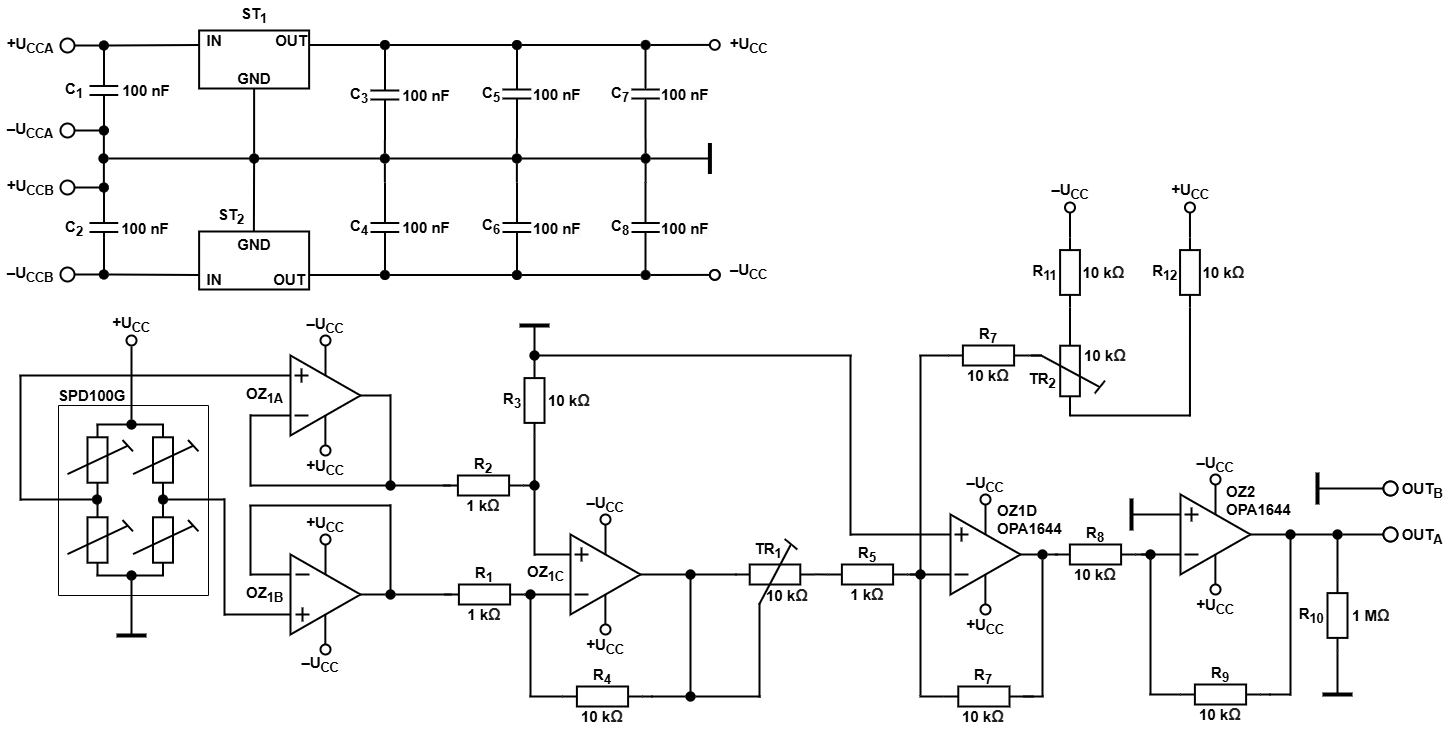
MarosFandel/Digital-elektronics-1 keeps this draw.io diagram as spd100g.drawio.png. Above is the earlier version. Source tidied: cells renumbered, new cells last; positions are measured from the earlier drawing's top-left corner, leaving out a move shared by most shapes.
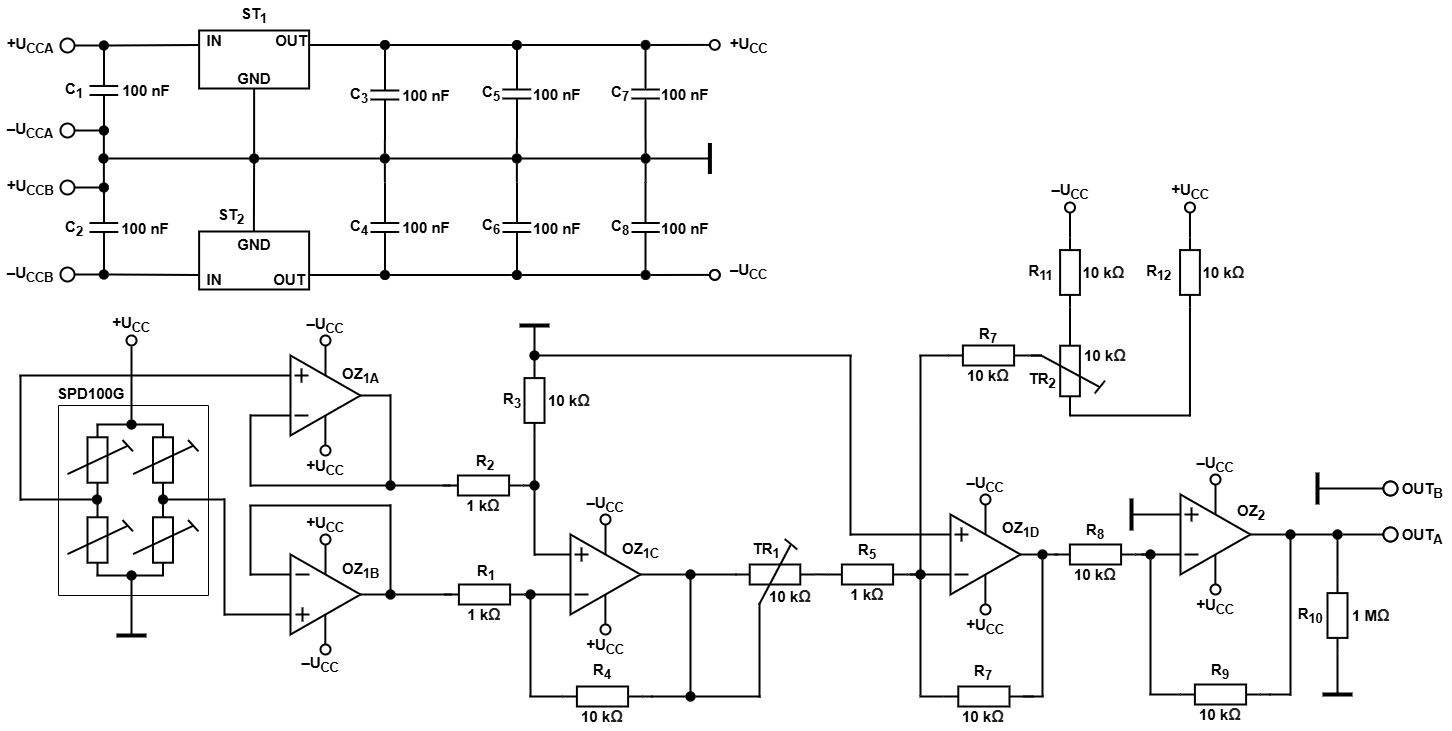
The same diagram one commit later.

Diff of the diagram source:
```diff
@@ -360,2 +360,5 @@
     </mxCell>
+    <mxCell id="350" value="&lt;b&gt;&lt;font style=&quot;font-size: 15px;&quot;&gt;OZ&lt;sub&gt;1B&lt;/sub&gt;&lt;/font&gt;&lt;/b&gt;" style="text;html=1;align=left;verticalAlign=middle;whiteSpace=wrap;rounded=0;" parent="90" vertex="1">
+      <mxGeometry x="50" y="51" width="60" height="30" as="geometry" />
+    </mxCell>
     <mxCell id="103" style="group;" parent="1" vertex="1">
@@ -536,3 +539,3 @@
     <mxCell id="138" value="&lt;span style=&quot;font-size: 15px;&quot;&gt;&lt;b&gt;SPD100G&lt;/b&gt;&lt;/span&gt;" style="text;html=1;align=left;verticalAlign=middle;whiteSpace=wrap;rounded=0;" parent="1" vertex="1">
-      <mxGeometry x="56" y="380" width="60" height="30" as="geometry" />
+      <mxGeometry x="55" y="378" width="60" height="30" as="geometry" />
     </mxCell>
@@ -552,5 +555,2 @@
     </mxCell>
-    <mxCell id="143" value="&lt;b&gt;&lt;font style=&quot;font-size: 15px;&quot;&gt;R&lt;sub&gt;2&lt;/sub&gt;&lt;/font&gt;&lt;/b&gt;" style="text;html=1;align=center;verticalAlign=middle;whiteSpace=wrap;rounded=0;" parent="142" vertex="1">
-      <mxGeometry width="60" height="30" as="geometry" />
-    </mxCell>
     <mxCell id="144" value="&lt;div style=&quot;text-align: start;&quot;&gt;&lt;b&gt;&lt;font style=&quot;color: light-dark(rgb(0, 0, 0), rgb(255, 255, 255)); background-color: transparent; font-size: 15px;&quot;&gt;1 k&lt;/font&gt;&lt;span style=&quot;background-color: rgb(255, 255, 255); color: rgb(32, 33, 34); font-family: sans-serif; font-size: 16px;&quot;&gt;Ω&lt;/span&gt;&lt;/b&gt;&lt;/div&gt;" style="text;html=1;align=center;verticalAlign=middle;whiteSpace=wrap;rounded=0;" parent="142" vertex="1">
@@ -572,5 +572,2 @@
     </mxCell>
-    <mxCell id="149" value="&lt;b&gt;&lt;font style=&quot;font-size: 15px;&quot;&gt;R&lt;sub&gt;1&lt;/sub&gt;&lt;/font&gt;&lt;/b&gt;" style="text;html=1;align=center;verticalAlign=middle;whiteSpace=wrap;rounded=0;" parent="148" vertex="1">
-      <mxGeometry width="60" height="30" as="geometry" />
-    </mxCell>
     <mxCell id="150" value="&lt;b style=&quot;text-align: start;&quot;&gt;&lt;font style=&quot;color: light-dark(rgb(0, 0, 0), rgb(255, 255, 255)); background-color: transparent; font-size: 15px;&quot;&gt;1 k&lt;/font&gt;&lt;span style=&quot;background-color: rgb(255, 255, 255); color: rgb(32, 33, 34); font-family: sans-serif; font-size: 16px;&quot;&gt;Ω&lt;/span&gt;&lt;/b&gt;" style="text;html=1;align=center;verticalAlign=middle;whiteSpace=wrap;rounded=0;" parent="148" vertex="1">
@@ -622,2 +619,5 @@
     </mxCell>
+    <mxCell id="351" value="&lt;b&gt;&lt;font style=&quot;font-size: 15px;&quot;&gt;OZ&lt;sub&gt;1C&lt;/sub&gt;&lt;/font&gt;&lt;/b&gt;" style="text;html=1;align=left;verticalAlign=middle;whiteSpace=wrap;rounded=0;" parent="152" vertex="1">
+      <mxGeometry x="50" y="1" width="60" height="30" as="geometry" />
+    </mxCell>
     <mxCell id="159" style="endArrow=none;html=1;rounded=0;entryX=0.5;entryY=0;entryDx=0;entryDy=0;strokeWidth=2;" parent="151" edge="1" target="153">
@@ -712,5 +712,2 @@
     </mxCell>
-    <mxCell id="182" value="&lt;b&gt;&lt;font style=&quot;font-size: 15px;&quot;&gt;R&lt;sub&gt;4&lt;/sub&gt;&lt;/font&gt;&lt;/b&gt;" style="text;html=1;align=center;verticalAlign=middle;whiteSpace=wrap;rounded=0;" parent="181" vertex="1">
-      <mxGeometry width="60" height="30" as="geometry" />
-    </mxCell>
     <mxCell id="183" value="&lt;b style=&quot;text-align: start;&quot;&gt;&lt;font style=&quot;color: light-dark(rgb(0, 0, 0), rgb(255, 255, 255)); background-color: transparent; font-size: 15px;&quot;&gt;10 k&lt;/font&gt;&lt;span style=&quot;background-color: rgb(255, 255, 255); color: rgb(32, 33, 34); font-family: sans-serif; font-size: 16px;&quot;&gt;Ω&lt;/span&gt;&lt;/b&gt;" style="text;html=1;align=center;verticalAlign=middle;whiteSpace=wrap;rounded=0;" parent="181" vertex="1">
@@ -776,3 +773,3 @@
     <mxCell id="197" value="&lt;b&gt;&lt;font style=&quot;font-size: 15px;&quot;&gt;R&lt;sub&gt;5&lt;/sub&gt;&lt;/font&gt;&lt;/b&gt;" style="text;html=1;align=center;verticalAlign=middle;whiteSpace=wrap;rounded=0;" parent="196" vertex="1">
-      <mxGeometry width="60" height="30" as="geometry" />
+      <mxGeometry y="-3" width="60" height="30" as="geometry" />
     </mxCell>
@@ -782,6 +779,6 @@
     <mxCell id="199" value="&lt;b&gt;&lt;font style=&quot;font-size: 15px;&quot;&gt;TR&lt;sub&gt;1&lt;/sub&gt;&lt;/font&gt;&lt;/b&gt;" style="text;html=1;align=center;verticalAlign=middle;whiteSpace=wrap;rounded=0;" parent="1" vertex="1">
-      <mxGeometry x="738" y="535" width="60" height="30" as="geometry" />
+      <mxGeometry x="736" y="535" width="60" height="30" as="geometry" />
     </mxCell>
     <mxCell id="200" value="&lt;b style=&quot;text-align: start;&quot;&gt;&lt;font style=&quot;color: light-dark(rgb(0, 0, 0), rgb(255, 255, 255)); background-color: transparent; font-size: 15px;&quot;&gt;10 k&lt;/font&gt;&lt;span style=&quot;background-color: rgb(255, 255, 255); color: rgb(32, 33, 34); font-family: sans-serif; font-size: 16px;&quot;&gt;Ω&lt;/span&gt;&lt;/b&gt;" style="text;html=1;align=center;verticalAlign=middle;whiteSpace=wrap;rounded=0;" parent="1" vertex="1">
-      <mxGeometry x="757" y="580.2" width="60" height="30" as="geometry" />
+      <mxGeometry x="760" y="581" width="60" height="30" as="geometry" />
     </mxCell>
@@ -791,6 +788,6 @@
     <mxCell id="202" style="group;" parent="1" vertex="1">
-      <mxGeometry x="950" y="464" width="70" height="180" as="geometry" />
+      <mxGeometry x="950" y="464" width="110" height="180" as="geometry" />
     </mxCell>
     <mxCell id="203" style="group;" parent="202" vertex="1">
-      <mxGeometry y="50" width="70" height="80" as="geometry" />
+      <mxGeometry y="50" width="110" height="80" as="geometry" />
     </mxCell>
@@ -834,2 +831,5 @@
     </mxCell>
+    <mxCell id="344" value="&lt;b&gt;&lt;font style=&quot;font-size: 15px;&quot;&gt;OZ&lt;sub&gt;1D&lt;/sub&gt;&lt;/font&gt;&lt;/b&gt;" style="text;html=1;align=left;verticalAlign=middle;whiteSpace=wrap;rounded=0;" parent="203" vertex="1">
+      <mxGeometry x="50" width="60" height="30" as="geometry" />
+    </mxCell>
     <mxCell id="210" style="endArrow=none;html=1;rounded=0;entryX=0.5;entryY=0;entryDx=0;entryDy=0;strokeWidth=2;" parent="202" edge="1" target="204">
@@ -941,5 +941,2 @@
     </mxCell>
-    <mxCell id="237" value="&lt;b&gt;&lt;font style=&quot;font-size: 15px;&quot;&gt;R&lt;sub&gt;8&lt;/sub&gt;&lt;/font&gt;&lt;/b&gt;" style="text;html=1;align=center;verticalAlign=middle;whiteSpace=wrap;rounded=0;" parent="236" vertex="1">
-      <mxGeometry width="60" height="30" as="geometry" />
-    </mxCell>
     <mxCell id="238" value="&lt;b style=&quot;text-align: start;&quot;&gt;&lt;font style=&quot;color: light-dark(rgb(0, 0, 0), rgb(255, 255, 255)); background-color: transparent; font-size: 15px;&quot;&gt;10 k&lt;/font&gt;&lt;span style=&quot;background-color: rgb(255, 255, 255); color: rgb(32, 33, 34); font-family: sans-serif; font-size: 16px;&quot;&gt;Ω&lt;/span&gt;&lt;/b&gt;" style="text;html=1;align=center;verticalAlign=middle;whiteSpace=wrap;rounded=0;" parent="236" vertex="1">
@@ -1033,5 +1030,2 @@
     </mxCell>
-    <mxCell id="258" value="&lt;b&gt;&lt;font style=&quot;font-size: 15px;&quot;&gt;R&lt;sub&gt;7&lt;/sub&gt;&lt;/font&gt;&lt;/b&gt;" style="text;html=1;align=center;verticalAlign=middle;whiteSpace=wrap;rounded=0;" parent="257" vertex="1">
-      <mxGeometry width="60" height="30" as="geometry" />
-    </mxCell>
     <mxCell id="259" value="&lt;b style=&quot;text-align: start;&quot;&gt;&lt;font style=&quot;color: light-dark(rgb(0, 0, 0), rgb(255, 255, 255)); background-color: transparent; font-size: 15px;&quot;&gt;10 k&lt;/font&gt;&lt;span style=&quot;background-color: rgb(255, 255, 255); color: rgb(32, 33, 34); font-family: sans-serif; font-size: 16px;&quot;&gt;Ω&lt;/span&gt;&lt;/b&gt;" style="text;html=1;align=center;verticalAlign=middle;whiteSpace=wrap;rounded=0;" parent="257" vertex="1">
@@ -1077,5 +1071,2 @@
     </mxCell>
-    <mxCell id="269" value="&lt;b&gt;&lt;font style=&quot;font-size: 15px;&quot;&gt;R&lt;sub&gt;9&lt;/sub&gt;&lt;/font&gt;&lt;/b&gt;" style="text;html=1;align=center;verticalAlign=middle;whiteSpace=wrap;rounded=0;" parent="268" vertex="1">
-      <mxGeometry width="60" height="30" as="geometry" />
-    </mxCell>
     <mxCell id="270" value="&lt;b style=&quot;text-align: start;&quot;&gt;&lt;font style=&quot;color: light-dark(rgb(0, 0, 0), rgb(255, 255, 255)); background-color: transparent; font-size: 15px;&quot;&gt;10 k&lt;/font&gt;&lt;span style=&quot;background-color: rgb(255, 255, 255); color: rgb(32, 33, 34); font-family: sans-serif; font-size: 16px;&quot;&gt;Ω&lt;/span&gt;&lt;/b&gt;" style="text;html=1;align=center;verticalAlign=middle;whiteSpace=wrap;rounded=0;" parent="268" vertex="1">
@@ -1123,3 +1114,3 @@
     <mxCell id="280" value="&lt;b&gt;&lt;font style=&quot;font-size: 15px;&quot;&gt;R&lt;sub&gt;10&lt;/sub&gt;&lt;/font&gt;&lt;/b&gt;" style="text;html=1;align=center;verticalAlign=middle;whiteSpace=wrap;rounded=0;" parent="278" vertex="1">
-      <mxGeometry x="-4" y="20" width="60" height="30" as="geometry" />
+      <mxGeometry x="-5" y="20" width="60" height="30" as="geometry" />
     </mxCell>
@@ -1191,3 +1182,3 @@
     <mxCell id="298" style="group;" parent="1" vertex="1">
-      <mxGeometry x="1015" y="237" width="227.9" height="70" as="geometry" />
+      <mxGeometry x="1015" y="237" width="238.9" height="70" as="geometry" />
     </mxCell>
@@ -1197,3 +1188,3 @@
     <mxCell id="300" value="&lt;b&gt;&lt;font style=&quot;font-size: 15px;&quot;&gt;R&lt;sub&gt;11&lt;/sub&gt;&lt;/font&gt;&lt;/b&gt;" style="text;html=1;align=center;verticalAlign=middle;whiteSpace=wrap;rounded=0;" parent="298" vertex="1">
-      <mxGeometry y="20" width="59.5" height="30" as="geometry" />
+      <mxGeometry x="-4" y="20" width="59.5" height="30" as="geometry" />
     </mxCell>
@@ -1202,27 +1193,24 @@
     </mxCell>
-    <mxCell id="302" style="group;" parent="298" vertex="1">
-      <mxGeometry x="89.5" width="138.4" height="70" as="geometry" />
-    </mxCell>
-    <mxCell id="303" value="&lt;b&gt;&lt;font style=&quot;font-size: 15px;&quot;&gt;R&lt;sub&gt;12&lt;/sub&gt;&lt;/font&gt;&lt;/b&gt;" style="text;html=1;align=center;verticalAlign=middle;whiteSpace=wrap;rounded=0;" parent="302" vertex="1">
-      <mxGeometry x="30.5" y="20" width="59.5" height="30" as="geometry" />
+    <mxCell id="303" value="&lt;b&gt;&lt;font style=&quot;font-size: 15px;&quot;&gt;R&lt;sub&gt;12&lt;/sub&gt;&lt;/font&gt;&lt;/b&gt;" style="text;html=1;align=center;verticalAlign=middle;whiteSpace=wrap;rounded=0;" parent="298" vertex="1">
+      <mxGeometry x="114" y="20" width="59.5" height="30" as="geometry" />
     </mxCell>
-    <mxCell id="304" style="verticalLabelPosition=bottom;shadow=0;dashed=0;align=center;html=1;verticalAlign=top;shape=mxgraph.electrical.resistors.resistor_1;direction=south;strokeWidth=2;" parent="302" vertex="1">
-      <mxGeometry x="75.1" width="19.8" height="70" as="geometry" />
+    <mxCell id="304" style="verticalLabelPosition=bottom;shadow=0;dashed=0;align=center;html=1;verticalAlign=top;shape=mxgraph.electrical.resistors.resistor_1;direction=south;strokeWidth=2;" parent="298" vertex="1">
+      <mxGeometry x="164.6" width="19.8" height="70" as="geometry" />
     </mxCell>
-    <mxCell id="305" value="&lt;b style=&quot;text-align: start;&quot;&gt;&lt;font style=&quot;color: light-dark(rgb(0, 0, 0), rgb(255, 255, 255)); background-color: transparent; font-size: 15px;&quot;&gt;10 k&lt;/font&gt;&lt;span style=&quot;background-color: rgb(255, 255, 255); color: rgb(32, 33, 34); font-family: sans-serif; font-size: 16px;&quot;&gt;Ω&lt;/span&gt;&lt;/b&gt;" style="text;html=1;align=center;verticalAlign=middle;whiteSpace=wrap;rounded=0;" parent="302" vertex="1">
-      <mxGeometry x="90" y="20" width="59.5" height="30" as="geometry" />
+    <mxCell id="305" value="&lt;b style=&quot;text-align: start;&quot;&gt;&lt;font style=&quot;color: light-dark(rgb(0, 0, 0), rgb(255, 255, 255)); background-color: transparent; font-size: 15px;&quot;&gt;10 k&lt;/font&gt;&lt;span style=&quot;background-color: rgb(255, 255, 255); color: rgb(32, 33, 34); font-family: sans-serif; font-size: 16px;&quot;&gt;Ω&lt;/span&gt;&lt;/b&gt;" style="text;html=1;align=center;verticalAlign=middle;whiteSpace=wrap;rounded=0;" parent="298" vertex="1">
+      <mxGeometry x="179.5" y="20" width="59.5" height="30" as="geometry" />
     </mxCell>
-    <mxCell id="306" style="endArrow=none;html=1;rounded=0;entryX=1;entryY=0.5;entryDx=0;entryDy=0;entryPerimeter=0;strokeWidth=2;" parent="302" edge="1" target="304">
+    <mxCell id="306" style="endArrow=none;html=1;rounded=0;entryX=1;entryY=0.5;entryDx=0;entryDy=0;entryPerimeter=0;strokeWidth=2;" parent="298" edge="1" target="304">
       <mxGeometry relative="1" as="geometry">
-        <mxPoint x="85" y="179" as="sourcePoint" />
+        <mxPoint x="174.5" y="179" as="sourcePoint" />
       </mxGeometry>
     </mxCell>
-    <mxCell id="307" style="ellipse;whiteSpace=wrap;html=1;strokeWidth=2;" parent="302" vertex="1">
-      <mxGeometry x="80" y="-35" width="10" height="10" as="geometry" />
+    <mxCell id="307" style="ellipse;whiteSpace=wrap;html=1;strokeWidth=2;" parent="298" vertex="1">
+      <mxGeometry x="169.5" y="-35" width="10" height="10" as="geometry" />
     </mxCell>
-    <mxCell id="308" style="endArrow=none;html=1;rounded=0;exitX=0;exitY=0.5;exitDx=0;exitDy=0;exitPerimeter=0;entryX=0.5;entryY=1;entryDx=0;entryDy=0;strokeWidth=2;" parent="302" edge="1" source="304" target="307">
+    <mxCell id="308" style="endArrow=none;html=1;rounded=0;exitX=0;exitY=0.5;exitDx=0;exitDy=0;exitPerimeter=0;entryX=0.5;entryY=1;entryDx=0;entryDy=0;strokeWidth=2;" parent="298" edge="1" source="304" target="307">
       <mxGeometry relative="1" as="geometry" />
     </mxCell>
-    <mxCell id="309" value="&lt;font style=&quot;font-size: 15px;&quot;&gt;&lt;b&gt;+U&lt;sub style=&quot;&quot;&gt;CC&lt;/sub&gt;&lt;/b&gt;&lt;/font&gt;" style="text;html=1;align=center;verticalAlign=middle;whiteSpace=wrap;rounded=0;" parent="302" vertex="1">
-      <mxGeometry x="56" y="-66" width="60" height="40" as="geometry" />
+    <mxCell id="309" value="&lt;font style=&quot;font-size: 15px;&quot;&gt;&lt;b&gt;+U&lt;sub style=&quot;&quot;&gt;CC&lt;/sub&gt;&lt;/b&gt;&lt;/font&gt;" style="text;html=1;align=center;verticalAlign=middle;whiteSpace=wrap;rounded=0;" parent="298" vertex="1">
+      <mxGeometry x="145.5" y="-66" width="60" height="40" as="geometry" />
     </mxCell>
@@ -1235,3 +1223,3 @@
     <mxCell id="311" value="&lt;b&gt;&lt;font style=&quot;font-size: 15px;&quot;&gt;OZ&lt;sub&gt;1A&lt;/sub&gt;&lt;/font&gt;&lt;/b&gt;" style="text;html=1;align=left;verticalAlign=middle;whiteSpace=wrap;rounded=0;" parent="1" vertex="1">
-      <mxGeometry x="244" y="380" width="60" height="30" as="geometry" />
+      <mxGeometry x="340" y="360" width="60" height="30" as="geometry" />
     </mxCell>
@@ -1345,7 +1333,4 @@
     </mxCell>
-    <mxCell id="344" value="&lt;b&gt;&lt;font style=&quot;font-size: 15px;&quot;&gt;OZ1D&lt;/font&gt;&lt;/b&gt;&lt;div&gt;&lt;b&gt;&lt;font style=&quot;font-size: 15px;&quot;&gt;OPA1644&lt;/font&gt;&lt;/b&gt;&lt;/div&gt;" style="text;html=1;align=left;verticalAlign=middle;whiteSpace=wrap;rounded=0;" parent="1" vertex="1">
-      <mxGeometry x="995" y="504" width="60" height="30" as="geometry" />
-    </mxCell>
-    <mxCell id="345" value="&lt;b&gt;&lt;font style=&quot;font-size: 15px;&quot;&gt;OZ2&lt;/font&gt;&lt;/b&gt;&lt;div&gt;&lt;b&gt;&lt;font style=&quot;font-size: 15px;&quot;&gt;OPA1644&lt;/font&gt;&lt;/b&gt;&lt;/div&gt;" style="text;html=1;align=left;verticalAlign=middle;whiteSpace=wrap;rounded=0;" parent="1" vertex="1">
-      <mxGeometry x="1224" y="485" width="60" height="30" as="geometry" />
+    <mxCell id="345" value="&lt;b&gt;&lt;font style=&quot;font-size: 15px;&quot;&gt;OZ&lt;sub&gt;2&lt;/sub&gt;&lt;/font&gt;&lt;/b&gt;" style="text;html=1;align=left;verticalAlign=middle;whiteSpace=wrap;rounded=0;" parent="1" vertex="1">
+      <mxGeometry x="1235" y="497" width="60" height="30" as="geometry" />
     </mxCell>
@@ -1363,8 +1348,20 @@
     </mxCell>
-    <mxCell id="350" value="&lt;b&gt;&lt;font style=&quot;font-size: 15px;&quot;&gt;OZ&lt;sub&gt;1B&lt;/sub&gt;&lt;/font&gt;&lt;/b&gt;" style="text;html=1;align=left;verticalAlign=middle;whiteSpace=wrap;rounded=0;" parent="1" vertex="1">
-      <mxGeometry x="244" y="579" width="60" height="30" as="geometry" />
-    </mxCell>
-    <mxCell id="351" value="&lt;b&gt;&lt;font style=&quot;font-size: 15px;&quot;&gt;OZ&lt;sub&gt;1C&lt;/sub&gt;&lt;/font&gt;&lt;/b&gt;" style="text;html=1;align=left;verticalAlign=middle;whiteSpace=wrap;rounded=0;" parent="1" vertex="1">
-      <mxGeometry x="525" y="558" width="60" height="30" as="geometry" />
-    </mxCell>
+    <mxCell id="149" value="&lt;b&gt;&lt;font style=&quot;font-size: 15px;&quot;&gt;R&lt;sub&gt;1&lt;/sub&gt;&lt;/font&gt;&lt;/b&gt;" style="text;html=1;align=center;verticalAlign=middle;whiteSpace=wrap;rounded=0;" parent="1" vertex="1">
+      <mxGeometry x="456" y="557" width="60" height="30" as="geometry" />
+    </mxCell>
+    <mxCell id="143" value="&lt;b&gt;&lt;font style=&quot;font-size: 15px;&quot;&gt;R&lt;sub&gt;2&lt;/sub&gt;&lt;/font&gt;&lt;/b&gt;" style="text;html=1;align=center;verticalAlign=middle;whiteSpace=wrap;rounded=0;" parent="1" vertex="1">
+      <mxGeometry x="455" y="447" width="60" height="30" as="geometry" />
+    </mxCell>
+    <mxCell id="182" value="&lt;b&gt;&lt;font style=&quot;font-size: 15px;&quot;&gt;R&lt;sub&gt;4&lt;/sub&gt;&lt;/font&gt;&lt;/b&gt;" style="text;html=1;align=center;verticalAlign=middle;whiteSpace=wrap;rounded=0;" parent="1" vertex="1">
+      <mxGeometry x="572" y="656" width="60" height="30" as="geometry" />
+    </mxCell>
+    <mxCell id="237" value="&lt;b&gt;&lt;font style=&quot;font-size: 15px;&quot;&gt;R&lt;sub&gt;8&lt;/sub&gt;&lt;/font&gt;&lt;/b&gt;" style="text;html=1;align=center;verticalAlign=middle;whiteSpace=wrap;rounded=0;" parent="1" vertex="1">
+      <mxGeometry x="1065" y="516" width="60" height="30" as="geometry" />
+    </mxCell>
+    <mxCell id="258" value="&lt;b&gt;&lt;font style=&quot;font-size: 15px;&quot;&gt;R&lt;sub&gt;7&lt;/sub&gt;&lt;/font&gt;&lt;/b&gt;" style="text;html=1;align=center;verticalAlign=middle;whiteSpace=wrap;rounded=0;" parent="1" vertex="1">
+      <mxGeometry x="953.4" y="657" width="60" height="30" as="geometry" />
+    </mxCell>
+    <mxCell id="269" value="&lt;b&gt;&lt;font style=&quot;font-size: 15px;&quot;&gt;R&lt;sub&gt;9&lt;/sub&gt;&lt;/font&gt;&lt;/b&gt;" style="text;html=1;align=center;verticalAlign=middle;whiteSpace=wrap;rounded=0;" parent="1" vertex="1">
+      <mxGeometry x="1190" y="656" width="60" height="30" as="geometry" />
+    </mxCell>
   </root>
```
